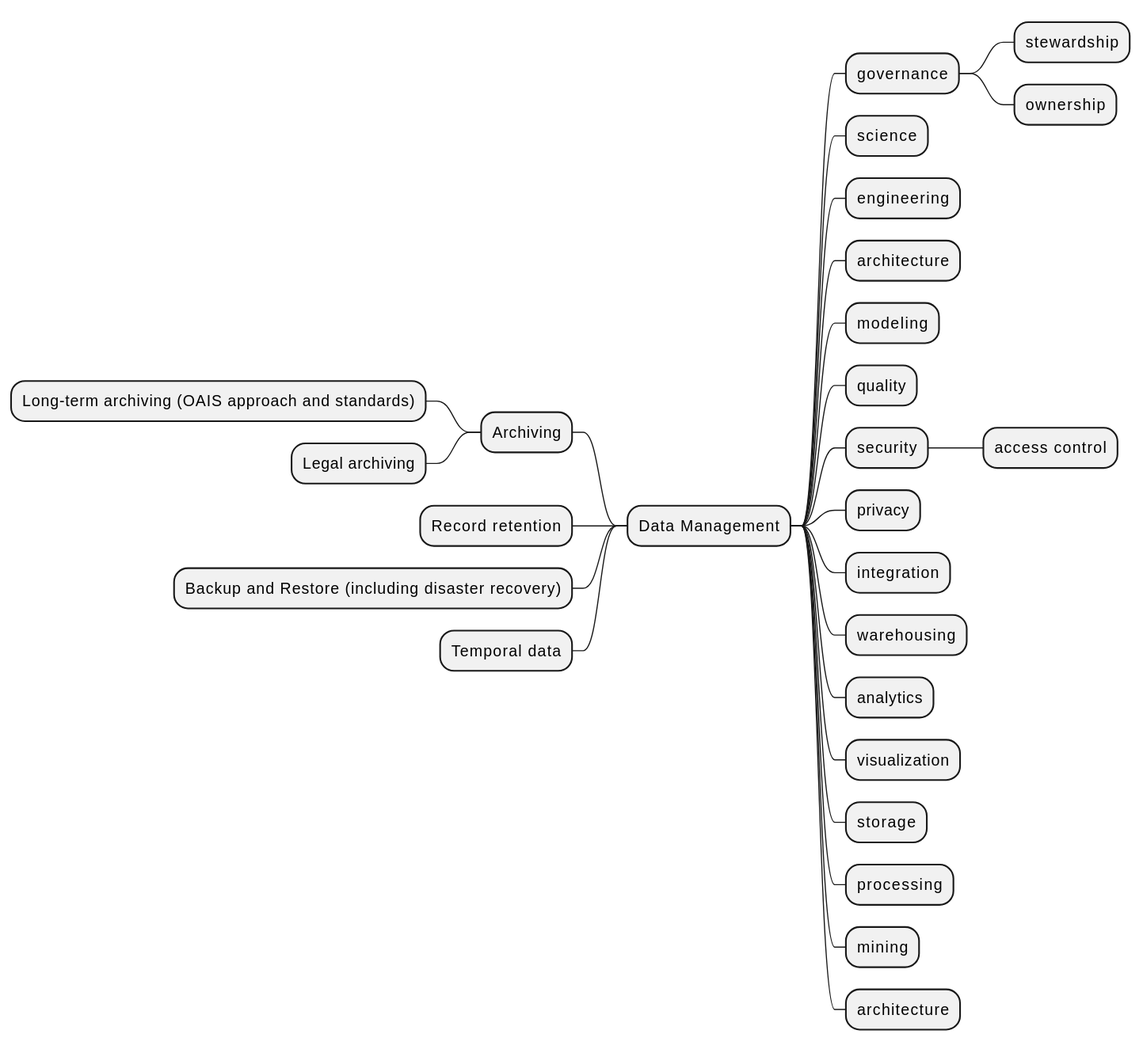
verhas/data-management-book keeps this PlantUML diagram as docs/TOC_MMAP.svg. Above is the earlier version.
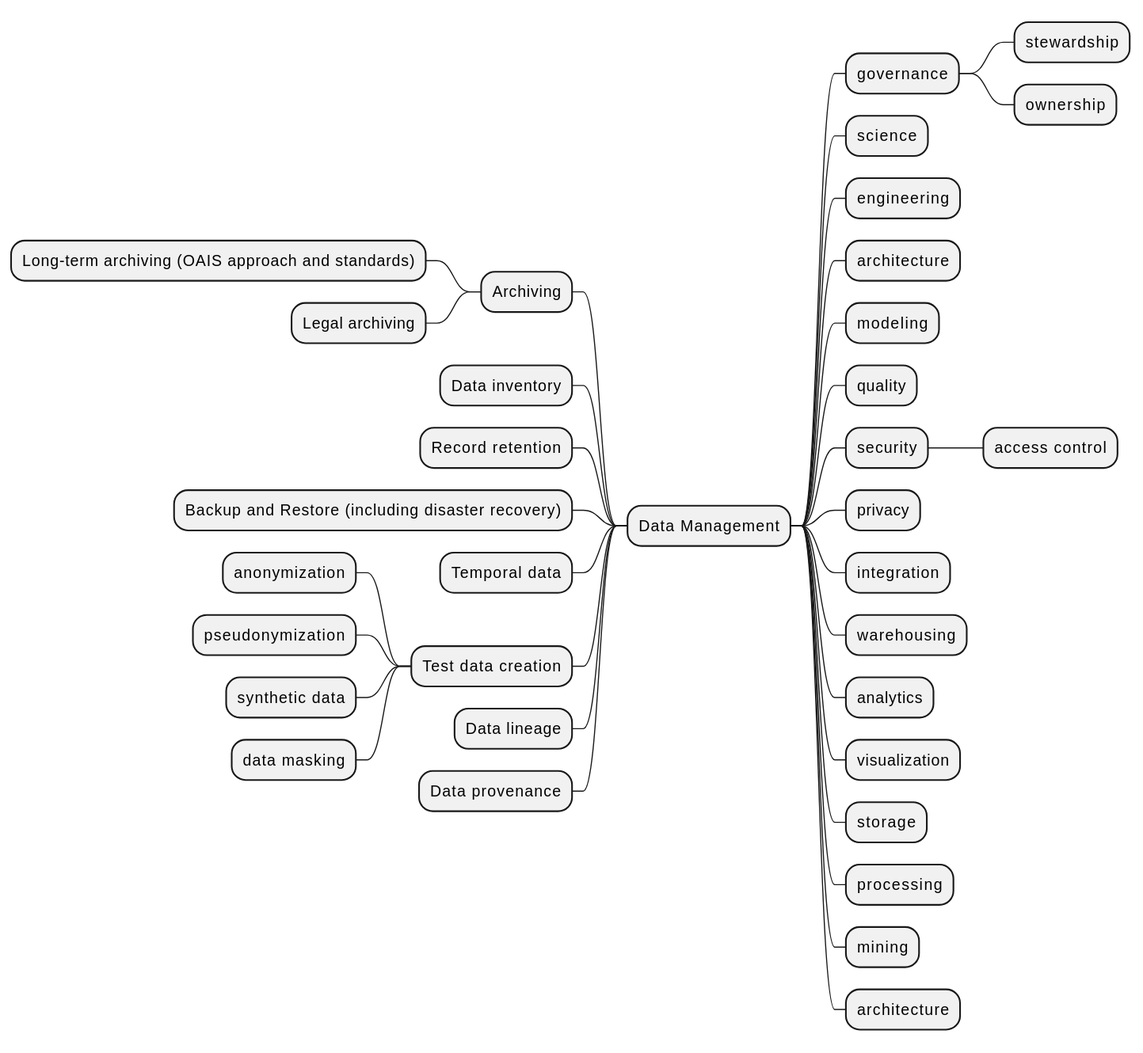
The same file after the commit.

What changed in the source:
```diff
@@ -22,7 +22,15 @@
 -- Archiving
 --- Long-term archiving (OAIS approach and standards)
 --- Legal archiving
+-- Data inventory
 -- Record retention
 -- Backup and Restore (including disaster recovery)
 -- Temporal data
+-- Test data creation
+--- anonymization
+--- pseudonymization
+--- synthetic data
+--- data masking
+-- Data lineage
+-- Data provenance
 @endmindmap
```
